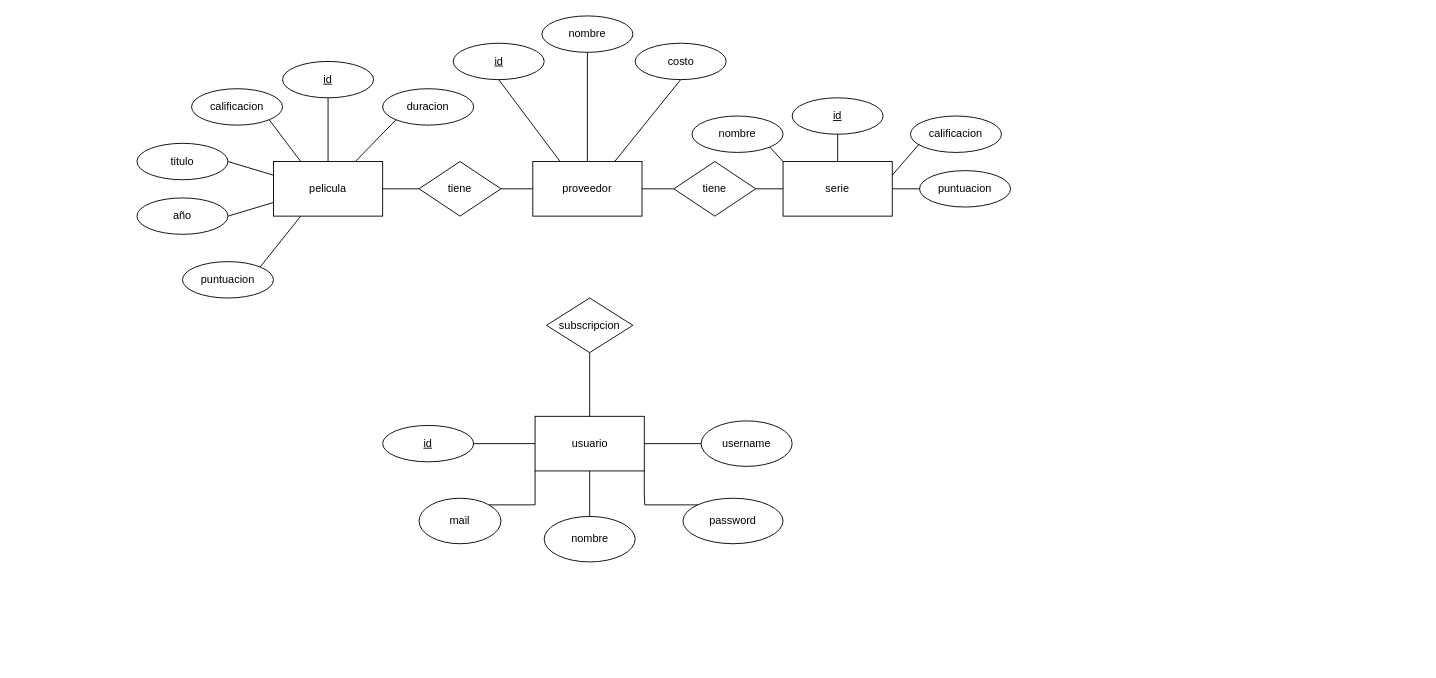
The draw.io diagram Entrega_2/diagrama.drawio in Diegothx/bdd-125, before the edit. Source tidied: cells renumbered, new cells numbered last; positions are measured from the earlier drawing's top-left corner, leaving out a move shared by most shapes. Both pictures are drawn from the tidied source at 91%, with x=0, y=0 at pixel (136, 15).
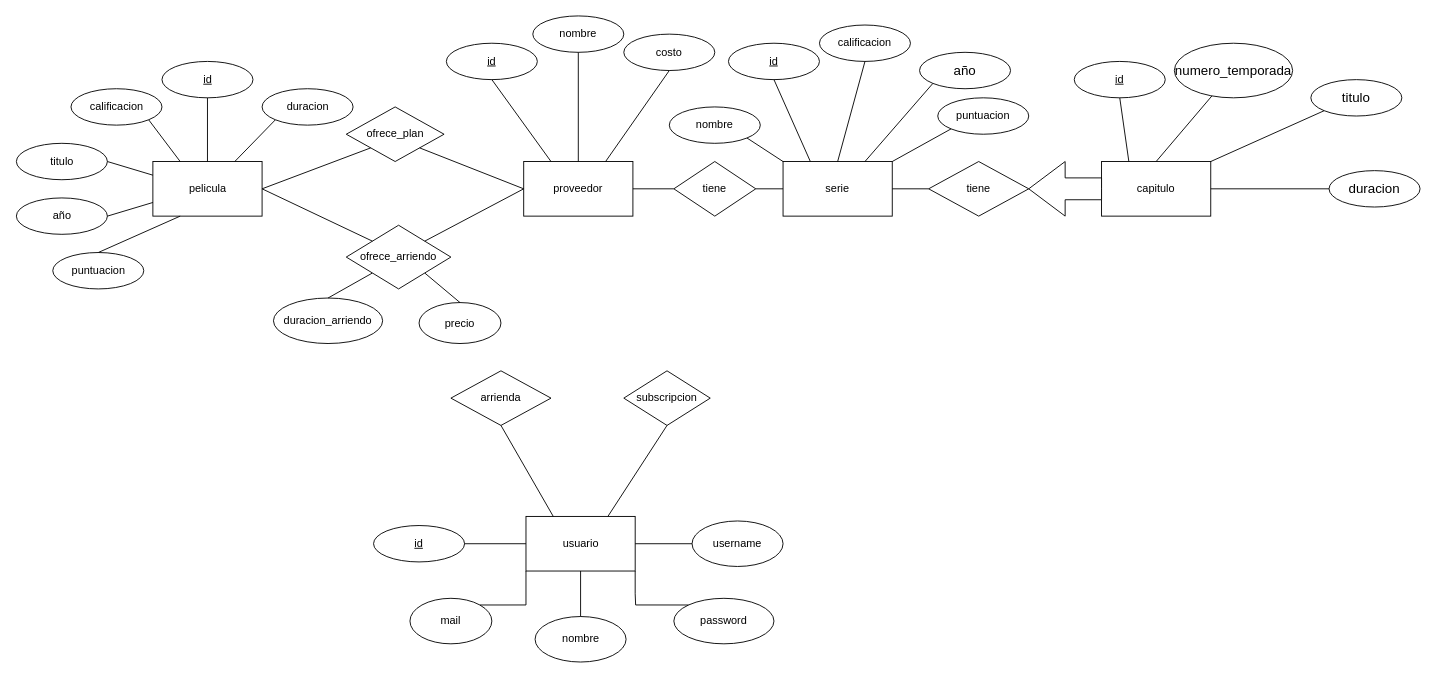
The same page after the edit.

The change refers to these unchanged cells:
```xml
<mxCell id="11" value="serie" style="rounded=0;whiteSpace=wrap;html=1;" parent="1" vertex="1">
  <mxGeometry x="710" y="160" width="120" height="60" as="geometry" />
</mxCell>
```

Diff of the diagram source:
```diff
@@
     <mxCell id="2" value="usuario" style="rounded=0;whiteSpace=wrap;html=1;" parent="1" vertex="1">
-      <mxGeometry x="437.5" y="440" width="120" height="60" as="geometry" />
+      <mxGeometry x="427.5" y="550" width="120" height="60" as="geometry" />
     </mxCell>
     <mxCell id="3" value="id" style="ellipse;whiteSpace=wrap;html=1;align=center;fontStyle=4;" parent="1" vertex="1">
-      <mxGeometry x="270" y="450" width="100" height="40" as="geometry" />
+      <mxGeometry x="260" y="560" width="100" height="40" as="geometry" />
     </mxCell>
@@
     <mxCell id="5" value="pelicula" style="rounded=0;whiteSpace=wrap;html=1;" parent="1" vertex="1">
-      <mxGeometry x="150" y="160" width="120" height="60" as="geometry" />
+      <mxGeometry x="17.5" y="160" width="120" height="60" as="geometry" />
     </mxCell>
     <mxCell id="6" value="id" style="ellipse;whiteSpace=wrap;html=1;align=center;fontStyle=4;" parent="1" vertex="1">
-      <mxGeometry x="160" y="50" width="100" height="40" as="geometry" />
+      <mxGeometry x="27.5" y="50" width="100" height="40" as="geometry" />
     </mxCell>
@@
     <mxCell id="8" value="proveedor" style="rounded=0;whiteSpace=wrap;html=1;" parent="1" vertex="1">
-      <mxGeometry x="435" y="160" width="120" height="60" as="geometry" />
+      <mxGeometry x="425" y="160" width="120" height="60" as="geometry" />
     </mxCell>
     <mxCell id="9" value="id" style="ellipse;whiteSpace=wrap;html=1;align=center;fontStyle=4;" parent="1" vertex="1">
-      <mxGeometry x="347.5" y="30" width="100" height="40" as="geometry" />
+      <mxGeometry x="340" y="30" width="100" height="40" as="geometry" />
     </mxCell>
@@
     <mxCell id="12" value="id" style="ellipse;whiteSpace=wrap;html=1;align=center;fontStyle=4;" parent="1" vertex="1">
-      <mxGeometry x="720" y="90" width="100" height="40" as="geometry" />
+      <mxGeometry x="650" y="30" width="100" height="40" as="geometry" />
     </mxCell>
-    <mxCell id="13" style="endArrow=none;html=1;rounded=0;edgeStyle=orthogonalEdgeStyle;entryX=0.5;entryY=1;entryDx=0;entryDy=0;exitX=0.5;exitY=0;exitDx=0;exitDy=0;" parent="1" edge="1" source="11" target="12">
+    <mxCell id="13" style="endArrow=none;html=1;rounded=0;entryX=0.5;entryY=1;entryDx=0;entryDy=0;exitX=0.25;exitY=0;exitDx=0;exitDy=0;" parent="1" edge="1" source="11" target="12">
       <mxGeometry relative="1" as="geometry" />
     </mxCell>
-    <mxCell id="14" value="tiene" style="shape=rhombus;perimeter=rhombusPerimeter;whiteSpace=wrap;html=1;align=center;" parent="1" vertex="1">
-      <mxGeometry x="310" y="160" width="90" height="60" as="geometry" />
+    <mxCell id="14" value="ofrece_plan" style="shape=rhombus;perimeter=rhombusPerimeter;whiteSpace=wrap;html=1;align=center;" parent="1" vertex="1">
+      <mxGeometry x="230" y="100" width="107.5" height="60" as="geometry" />
     </mxCell>
@@
-    <mxCell id="16" style="endArrow=none;html=1;rounded=0;edgeStyle=orthogonalEdgeStyle;exitX=1;exitY=0.5;exitDx=0;exitDy=0;entryX=0;entryY=0.5;entryDx=0;entryDy=0;" parent="1" edge="1" source="5" target="14">
+    <mxCell id="16" style="endArrow=none;html=1;rounded=0;exitX=1;exitY=0.5;exitDx=0;exitDy=0;entryX=0;entryY=1;entryDx=0;entryDy=0;" parent="1" edge="1" source="5" target="14">
       <mxGeometry relative="1" as="geometry" />
     </mxCell>
-    <mxCell id="17" style="endArrow=none;html=1;rounded=0;edgeStyle=orthogonalEdgeStyle;exitX=1;exitY=0.5;exitDx=0;exitDy=0;entryX=0;entryY=0.5;entryDx=0;entryDy=0;" parent="1" edge="1" source="14" target="8">
+    <mxCell id="17" style="endArrow=none;html=1;rounded=0;exitX=1;exitY=1;exitDx=0;exitDy=0;entryX=0;entryY=0.5;entryDx=0;entryDy=0;" parent="1" edge="1" source="14" target="8">
       <mxGeometry relative="1" as="geometry" />
     </mxCell>
@@
     <mxCell id="20" value="subscripcion" style="shape=rhombus;perimeter=rhombusPerimeter;whiteSpace=wrap;html=1;align=center;" parent="1" vertex="1">
-      <mxGeometry x="450" y="310" width="95" height="60" as="geometry" />
+      <mxGeometry x="535" y="390" width="95" height="60" as="geometry" />
     </mxCell>
-    <mxCell id="21" style="endArrow=none;html=1;rounded=0;edgeStyle=orthogonalEdgeStyle;exitX=0.5;exitY=1;exitDx=0;exitDy=0;entryX=0.5;entryY=0;entryDx=0;entryDy=0;" parent="1" edge="1" source="20" target="2">
+    <mxCell id="21" style="endArrow=none;html=1;rounded=0;exitX=0.5;exitY=1;exitDx=0;exitDy=0;entryX=0.75;entryY=0;entryDx=0;entryDy=0;" parent="1" edge="1" source="20" target="2">
       <mxGeometry relative="1" as="geometry" />
     </mxCell>
     <mxCell id="22" value="nombre" style="ellipse;whiteSpace=wrap;html=1;" parent="1" vertex="1">
-      <mxGeometry x="447.5" y="550" width="100" height="50" as="geometry" />
+      <mxGeometry x="437.5" y="660" width="100" height="50" as="geometry" />
     </mxCell>
     <mxCell id="23" value="mail" style="ellipse;whiteSpace=wrap;html=1;" parent="1" vertex="1">
-      <mxGeometry x="310" y="530" width="90" height="50" as="geometry" />
+      <mxGeometry x="300" y="640" width="90" height="50" as="geometry" />
     </mxCell>
     <mxCell id="24" value="password" style="ellipse;whiteSpace=wrap;html=1;" parent="1" vertex="1">
-      <mxGeometry x="600" y="530" width="110" height="50" as="geometry" />
+      <mxGeometry x="590" y="640" width="110" height="50" as="geometry" />
     </mxCell>
     <mxCell id="25" value="username" style="ellipse;whiteSpace=wrap;html=1;" parent="1" vertex="1">
-      <mxGeometry x="620" y="445" width="100" height="50" as="geometry" />
+      <mxGeometry x="610" y="555" width="100" height="50" as="geometry" />
     </mxCell>
@@
     <mxCell id="29" style="endArrow=none;html=1;rounded=0;edgeStyle=orthogonalEdgeStyle;exitX=1;exitY=1;exitDx=0;exitDy=0;entryX=0;entryY=0;entryDx=0;entryDy=0;" parent="1" edge="1" source="2" target="24">
       <mxGeometry relative="1" as="geometry">
         <Array as="points">
-          <mxPoint x="558" y="525" />
-          <mxPoint x="558" y="557" />
+          <mxPoint x="548" y="635" />
+          <mxPoint x="548" y="667" />
         </Array>
       </mxGeometry>
     </mxCell>
     <mxCell id="30" value="duracion" style="ellipse;whiteSpace=wrap;html=1;align=center;" parent="1" vertex="1">
-      <mxGeometry x="270" y="80" width="100" height="40" as="geometry" />
+      <mxGeometry x="137.5" y="80" width="100" height="40" as="geometry" />
     </mxCell>
     <mxCell id="31" value="calificacion" style="ellipse;whiteSpace=wrap;html=1;align=center;" parent="1" vertex="1">
-      <mxGeometry x="60" y="80" width="100" height="40" as="geometry" />
+      <mxGeometry x="-72.5" y="80" width="100" height="40" as="geometry" />
     </mxCell>
     <mxCell id="32" value="año" style="ellipse;whiteSpace=wrap;html=1;align=center;" parent="1" vertex="1">
-      <mxGeometry y="200" width="100" height="40" as="geometry" />
+      <mxGeometry x="-132.5" y="200" width="100" height="40" as="geometry" />
     </mxCell>
     <mxCell id="33" value="puntuacion" style="ellipse;whiteSpace=wrap;html=1;align=center;" parent="1" vertex="1">
-      <mxGeometry x="50" y="270" width="100" height="40" as="geometry" />
+      <mxGeometry x="-92.5" y="260" width="100" height="40" as="geometry" />
     </mxCell>
     <mxCell id="34" value="titulo" style="ellipse;whiteSpace=wrap;html=1;align=center;" parent="1" vertex="1">
-      <mxGeometry y="140" width="100" height="40" as="geometry" />
+      <mxGeometry x="-132.5" y="140" width="100" height="40" as="geometry" />
     </mxCell>
@@
-    <mxCell id="39" style="endArrow=none;html=1;rounded=0;exitX=1;exitY=0;exitDx=0;exitDy=0;entryX=0.25;entryY=1;entryDx=0;entryDy=0;" parent="1" edge="1" source="33" target="5">
+    <mxCell id="39" style="endArrow=none;html=1;rounded=0;exitX=0.5;exitY=0;exitDx=0;exitDy=0;entryX=0.25;entryY=1;entryDx=0;entryDy=0;" parent="1" edge="1" source="33" target="5">
       <mxGeometry relative="1" as="geometry" />
     </mxCell>
     <mxCell id="40" value="puntuacion" style="ellipse;whiteSpace=wrap;html=1;align=center;" parent="1" vertex="1">
-      <mxGeometry x="860" y="170" width="100" height="40" as="geometry" />
+      <mxGeometry x="880" y="90" width="100" height="40" as="geometry" />
     </mxCell>
     <mxCell id="41" value="calificacion" style="ellipse;whiteSpace=wrap;html=1;align=center;" parent="1" vertex="1">
-      <mxGeometry x="850" y="110" width="100" height="40" as="geometry" />
+      <mxGeometry x="750" y="10" width="100" height="40" as="geometry" />
     </mxCell>
     <mxCell id="42" value="nombre" style="ellipse;whiteSpace=wrap;html=1;align=center;" parent="1" vertex="1">
-      <mxGeometry x="610" y="110" width="100" height="40" as="geometry" />
+      <mxGeometry x="585" y="100" width="100" height="40" as="geometry" />
     </mxCell>
@@
-    <mxCell id="44" style="endArrow=none;html=1;entryX=0.098;entryY=0.763;entryDx=0;entryDy=0;entryPerimeter=0;exitX=1;exitY=0.25;exitDx=0;exitDy=0;rounded=0;" parent="1" edge="1" source="11" target="41">
+    <mxCell id="44" style="endArrow=none;html=1;exitX=0.5;exitY=0;exitDx=0;exitDy=0;rounded=0;entryX=0.5;entryY=1;entryDx=0;entryDy=0;" parent="1" edge="1" source="11" target="41">
       <mxGeometry relative="1" as="geometry" />
     </mxCell>
-    <mxCell id="45" style="endArrow=none;html=1;rounded=0;exitX=1;exitY=0.5;exitDx=0;exitDy=0;entryX=0;entryY=0.5;entryDx=0;entryDy=0;" parent="1" edge="1" source="11" target="40">
+    <mxCell id="45" style="endArrow=none;html=1;rounded=0;exitX=1;exitY=0;exitDx=0;exitDy=0;entryX=0;entryY=1;entryDx=0;entryDy=0;" parent="1" edge="1" source="11" target="40">
       <mxGeometry relative="1" as="geometry" />
     </mxCell>
     <mxCell id="46" value="nombre" style="ellipse;whiteSpace=wrap;html=1;align=center;" parent="1" vertex="1">
-      <mxGeometry x="445" width="100" height="40" as="geometry" />
+      <mxGeometry x="435" width="100" height="40" as="geometry" />
     </mxCell>
@@
     <mxCell id="48" value="costo" style="ellipse;whiteSpace=wrap;html=1;align=center;" parent="1" vertex="1">
-      <mxGeometry x="547.5" y="30" width="100" height="40" as="geometry" />
+      <mxGeometry x="535" y="20" width="100" height="40" as="geometry" />
     </mxCell>
@@
+    <mxCell id="50" value="precio" style="ellipse;whiteSpace=wrap;html=1;align=center;" parent="1" vertex="1">
+      <mxGeometry x="310" y="315" width="90" height="45" as="geometry" />
+    </mxCell>
+    <mxCell id="51" value="duracion_arriendo" style="ellipse;whiteSpace=wrap;html=1;align=center;" parent="1" vertex="1">
+      <mxGeometry x="150" y="310" width="120" height="50" as="geometry" />
+    </mxCell>
+    <mxCell id="52" style="endArrow=none;html=1;rounded=0;exitX=0.5;exitY=0;exitDx=0;exitDy=0;entryX=0;entryY=1;entryDx=0;entryDy=0;" parent="1" edge="1" source="51" target="54">
+      <mxGeometry relative="1" as="geometry" />
+    </mxCell>
+    <mxCell id="53" style="endArrow=none;html=1;rounded=0;exitX=1;exitY=1;exitDx=0;exitDy=0;entryX=0.5;entryY=0;entryDx=0;entryDy=0;" parent="1" edge="1" source="54" target="50">
+      <mxGeometry relative="1" as="geometry" />
+    </mxCell>
+    <mxCell id="54" value="ofrece_arriendo" style="rhombus;whiteSpace=wrap;html=1;" parent="1" vertex="1">
+      <mxGeometry x="230" y="230" width="115" height="70" as="geometry" />
+    </mxCell>
+    <mxCell id="55" style="endArrow=none;html=1;rounded=0;exitX=1;exitY=0.5;exitDx=0;exitDy=0;entryX=0;entryY=0;entryDx=0;entryDy=0;" parent="1" edge="1" source="5" target="54">
+      <mxGeometry relative="1" as="geometry" />
+    </mxCell>
+    <mxCell id="56" style="endArrow=none;html=1;rounded=0;exitX=1;exitY=0;exitDx=0;exitDy=0;entryX=0;entryY=0.5;entryDx=0;entryDy=0;" parent="1" edge="1" source="54" target="8">
+      <mxGeometry relative="1" as="geometry" />
+    </mxCell>
+    <mxCell id="57" value="arrienda" style="rhombus;whiteSpace=wrap;html=1;" parent="1" vertex="1">
+      <mxGeometry x="345" y="390" width="110" height="60" as="geometry" />
+    </mxCell>
+    <mxCell id="58" style="endArrow=none;html=1;rounded=0;entryX=0.25;entryY=0;entryDx=0;entryDy=0;exitX=0.5;exitY=1;exitDx=0;exitDy=0;" parent="1" edge="1" source="57" target="2">
+      <mxGeometry relative="1" as="geometry" />
+    </mxCell>
+    <mxCell id="59" value="capitulo" style="whiteSpace=wrap;html=1;align=center;" parent="1" vertex="1">
+      <mxGeometry x="1060" y="160" width="120" height="60" as="geometry" />
+    </mxCell>
+    <mxCell id="60" style="edgeStyle=none;rounded=0;jettySize=auto;html=1;" parent="1" edge="1" source="61" target="63">
+      <mxGeometry relative="1" as="geometry" />
+    </mxCell>
+    <mxCell id="61" value="tiene" style="shape=rhombus;perimeter=rhombusPerimeter;whiteSpace=wrap;html=1;align=center;" parent="1" vertex="1">
+      <mxGeometry x="870" y="160" width="110" height="60" as="geometry" />
+    </mxCell>
+    <mxCell id="62" style="endArrow=none;html=1;rounded=0;entryX=0;entryY=0.5;entryDx=0;entryDy=0;exitX=1;exitY=0.5;exitDx=0;exitDy=0;" parent="1" edge="1" source="11" target="61">
+      <mxGeometry relative="1" as="geometry" />
+    </mxCell>
+    <mxCell id="63" style="html=1;shadow=0;dashed=0;align=center;verticalAlign=middle;shape=mxgraph.arrows2.arrow;dy=0.6;dx=40;flipH=1;notch=0;" parent="1" vertex="1">
+      <mxGeometry x="980" y="160" width="80" height="60" as="geometry" />
+    </mxCell>
+    <mxCell id="64" value="id" style="ellipse;whiteSpace=wrap;html=1;align=center;fontStyle=4;" parent="1" vertex="1">
+      <mxGeometry x="1030" y="50" width="100" height="40" as="geometry" />
+    </mxCell>
+    <mxCell id="65" style="endArrow=none;html=1;rounded=0;entryX=0.25;entryY=0;entryDx=0;entryDy=0;" parent="1" edge="1" target="59">
+      <mxGeometry relative="1" as="geometry">
+        <mxPoint x="1080" y="90" as="sourcePoint" />
+      </mxGeometry>
+    </mxCell>
+    <mxCell id="66" value="&lt;span style=&quot;font-size: 11.0pt ; line-height: 107% ; font-family: &amp;#34;calibri&amp;#34; , sans-serif&quot;&gt;numero_temporada&lt;/span&gt;" style="ellipse;whiteSpace=wrap;html=1;align=center;" parent="1" vertex="1">
+      <mxGeometry x="1140" y="30" width="130" height="60" as="geometry" />
+    </mxCell>
+    <mxCell id="67" value="&lt;span style=&quot;font-size: 11.0pt ; line-height: 107% ; font-family: &amp;#34;calibri&amp;#34; , sans-serif&quot;&gt;titulo&lt;/span&gt;" style="ellipse;whiteSpace=wrap;html=1;align=center;" parent="1" vertex="1">
+      <mxGeometry x="1290" y="70" width="100" height="40" as="geometry" />
+    </mxCell>
+    <mxCell id="68" value="&lt;span style=&quot;font-size: 11.0pt ; line-height: 107% ; font-family: &amp;#34;calibri&amp;#34; , sans-serif&quot;&gt;año&lt;/span&gt;" style="ellipse;whiteSpace=wrap;html=1;align=center;" parent="1" vertex="1">
+      <mxGeometry x="860" y="40" width="100" height="40" as="geometry" />
+    </mxCell>
+    <mxCell id="69" value="&lt;span style=&quot;font-size: 11.0pt ; line-height: 107% ; font-family: &amp;#34;calibri&amp;#34; , sans-serif&quot;&gt;duracion&lt;/span&gt;" style="ellipse;whiteSpace=wrap;html=1;align=center;" parent="1" vertex="1">
+      <mxGeometry x="1310" y="170" width="100" height="40" as="geometry" />
+    </mxCell>
+    <mxCell id="70" style="endArrow=none;html=1;rounded=0;exitX=0.5;exitY=0;exitDx=0;exitDy=0;" parent="1" edge="1" source="59" target="66">
+      <mxGeometry relative="1" as="geometry" />
+    </mxCell>
+    <mxCell id="71" style="endArrow=none;html=1;rounded=0;entryX=0;entryY=0.5;entryDx=0;entryDy=0;" parent="1" edge="1" target="69">
+      <mxGeometry relative="1" as="geometry">
+        <mxPoint x="1180" y="190" as="sourcePoint" />
+      </mxGeometry>
+    </mxCell>
+    <mxCell id="72" style="endArrow=none;html=1;rounded=0;entryX=0;entryY=1;entryDx=0;entryDy=0;exitX=0.75;exitY=0;exitDx=0;exitDy=0;" parent="1" edge="1" source="11" target="68">
+      <mxGeometry relative="1" as="geometry" />
+    </mxCell>
+    <mxCell id="73" style="endArrow=none;html=1;rounded=0;entryX=0;entryY=1;entryDx=0;entryDy=0;exitX=1;exitY=0;exitDx=0;exitDy=0;" parent="1" edge="1" source="59" target="67">
+      <mxGeometry relative="1" as="geometry" />
+    </mxCell>
```
